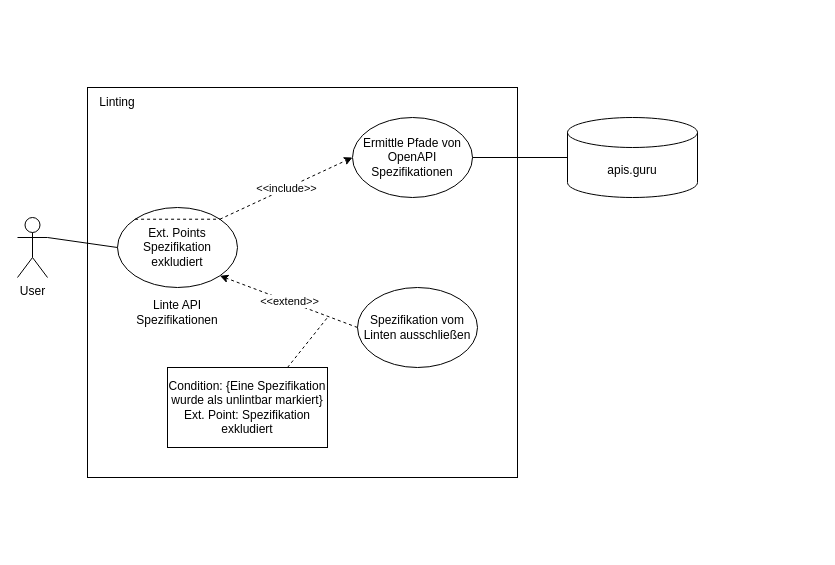
Before: requirements/usecase/linting.drawio in paulbrenker/thesis, a draw.io diagram. Source tidied: cells renumbered, new cells numbered last; positions are measured from the earlier drawing's top-left corner, leaving out a move shared by most shapes. Both pictures are drawn from the tidied source at 100%, with x=0, y=0 at pixel (17, 87).
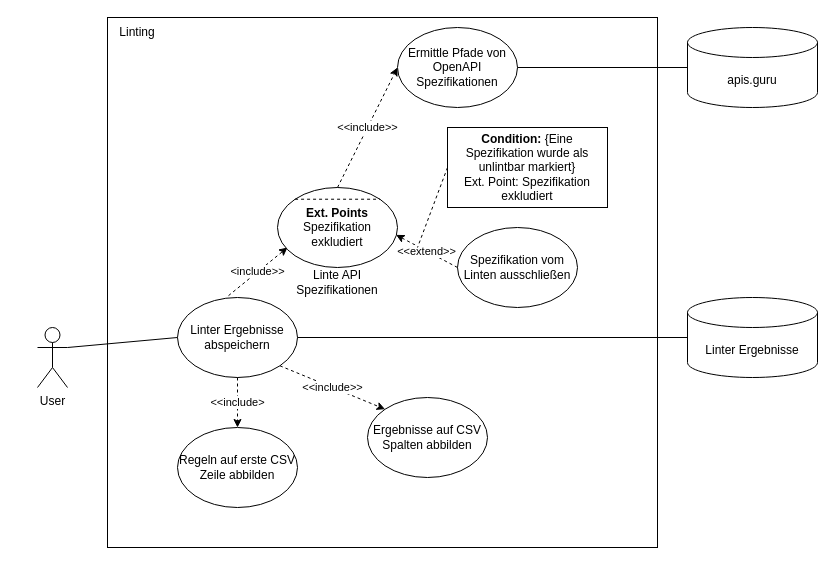
The same page after the edit.

Commit message (it also covers changes not shown here):
refactor usecase diagrams after feedback

Change to the diagram source:
```diff
@@
-    <mxCell id="2" style="rounded=0;whiteSpace=wrap;html=1;" parent="1" vertex="1">
-      <mxGeometry x="70" width="430" height="390" as="geometry" />
-    </mxCell>
+    <mxCell id="17" style="rounded=0;whiteSpace=wrap;html=1;" parent="1" vertex="1">
+      <mxGeometry x="90" y="-70" width="550" height="530" as="geometry" />
+    </mxCell>
     <mxCell id="3" value="User" style="shape=umlActor;verticalLabelPosition=bottom;verticalAlign=top;html=1;outlineConnect=0;" parent="1" vertex="1">
-      <mxGeometry y="130" width="30" height="60" as="geometry" />
+      <mxGeometry x="20" y="240" width="30" height="60" as="geometry" />
     </mxCell>
-    <mxCell id="4" value="Ext. Points&lt;br&gt;Spezifikation exkludiert" style="ellipse;whiteSpace=wrap;html=1;" parent="1" vertex="1">
-      <mxGeometry x="100" y="120" width="120" height="80" as="geometry" />
+    <mxCell id="4" value="Linter Ergebnisse abspeichern" style="ellipse;whiteSpace=wrap;html=1;" parent="1" vertex="1">
+      <mxGeometry x="160" y="210" width="120" height="80" as="geometry" />
     </mxCell>
-    <mxCell id="5" value="Ermittle Pfade von OpenAPI Spezifikationen" style="ellipse;whiteSpace=wrap;html=1;" parent="1" vertex="1">
-      <mxGeometry x="335" y="30" width="120" height="80" as="geometry" />
-    </mxCell>
-    <mxCell id="6" value="Spezifikation vom Linten ausschließen" style="ellipse;whiteSpace=wrap;html=1;" parent="1" vertex="1">
-      <mxGeometry x="340" y="200" width="120" height="80" as="geometry" />
+    <mxCell id="6" value="Ergebnisse auf CSV Spalten abbilden" style="ellipse;whiteSpace=wrap;html=1;" parent="1" vertex="1">
+      <mxGeometry x="350" y="310" width="120" height="80" as="geometry" />
     </mxCell>
-    <mxCell id="7" value="apis.guru" style="shape=cylinder3;whiteSpace=wrap;html=1;boundedLbl=1;backgroundOutline=1;size=15;" parent="1" vertex="1">
-      <mxGeometry x="550" y="30" width="130" height="80" as="geometry" />
+    <mxCell id="7" value="Regeln auf erste CSV Zeile abbilden" style="ellipse;whiteSpace=wrap;html=1;" parent="1" vertex="1">
+      <mxGeometry x="160" y="340" width="120" height="80" as="geometry" />
     </mxCell>
-    <mxCell id="8" style="endArrow=none;dashed=1;html=1;exitX=0;exitY=0;exitDx=0;exitDy=0;entryX=1;entryY=0;entryDx=0;entryDy=0;" parent="1" edge="1" source="4" target="4">
-      <mxGeometry relative="1" as="geometry" />
+    <mxCell id="8" value="&amp;lt;include&amp;gt;&amp;gt;" style="endArrow=classic;html=1;exitX=0.425;exitY=-0.023;exitDx=0;exitDy=0;dashed=1;exitPerimeter=0;" parent="1" edge="1" source="4">
+      <mxGeometry relative="1" as="geometry">
+        <mxPoint x="270" y="160" as="targetPoint" />
+      </mxGeometry>
     </mxCell>
-    <mxCell id="9" value="Linte API Spezifikationen" style="text;html=1;strokeColor=none;fillColor=none;align=center;verticalAlign=middle;whiteSpace=wrap;rounded=0;" parent="1" vertex="1">
-      <mxGeometry x="110" y="210" width="100" height="30" as="geometry" />
+    <mxCell id="9" value="&amp;lt;&amp;lt;include&amp;gt;" style="endArrow=classic;html=1;entryX=0.5;entryY=0;entryDx=0;entryDy=0;exitX=0.5;exitY=1;exitDx=0;exitDy=0;dashed=1;" parent="1" edge="1" source="4" target="7">
+      <mxGeometry relative="1" as="geometry" />
     </mxCell>
-    <mxCell id="10" value="Condition: {Eine Spezifikation wurde als unlintbar markiert}&lt;br&gt;Ext. Point: Spezifikation exkludiert" style="rounded=0;whiteSpace=wrap;html=1;" parent="1" vertex="1">
-      <mxGeometry x="150" y="280" width="160" height="80" as="geometry" />
+    <mxCell id="10" value="&amp;lt;&amp;lt;include&amp;gt;&amp;gt;" style="endArrow=classic;html=1;entryX=0;entryY=0;entryDx=0;entryDy=0;exitX=1;exitY=1;exitDx=0;exitDy=0;dashed=1;" parent="1" edge="1" source="4" target="6">
+      <mxGeometry relative="1" as="geometry" />
     </mxCell>
-    <mxCell id="11" value="&amp;lt;&amp;lt;extend&amp;gt;&amp;gt;" style="endArrow=classic;html=1;exitX=0;exitY=0.5;exitDx=0;exitDy=0;entryX=1;entryY=1;entryDx=0;entryDy=0;dashed=1;" parent="1" edge="1" source="6" target="4">
-      <mxGeometry relative="1" as="geometry" />
+    <mxCell id="11" value="Linter Ergebnisse" style="shape=cylinder3;whiteSpace=wrap;html=1;boundedLbl=1;backgroundOutline=1;size=15;" parent="1" vertex="1">
+      <mxGeometry x="670" y="210" width="130" height="80" as="geometry" />
     </mxCell>
-    <mxCell id="12" value="&amp;lt;&amp;lt;include&amp;gt;&amp;gt;" style="endArrow=classic;html=1;entryX=0;entryY=0.5;entryDx=0;entryDy=0;exitX=1;exitY=0;exitDx=0;exitDy=0;dashed=1;" parent="1" edge="1" source="4" target="5">
+    <mxCell id="12" style="endArrow=none;html=1;entryX=0;entryY=0.5;entryDx=0;entryDy=0;entryPerimeter=0;exitX=1;exitY=0.5;exitDx=0;exitDy=0;" parent="1" edge="1" source="4" target="11">
       <mxGeometry relative="1" as="geometry" />
     </mxCell>
-    <mxCell id="13" style="endArrow=none;html=1;entryX=0;entryY=0.5;entryDx=0;entryDy=0;entryPerimeter=0;exitX=1;exitY=0.5;exitDx=0;exitDy=0;" parent="1" edge="1" source="5" target="7">
+    <mxCell id="13" style="endArrow=none;html=1;entryX=1;entryY=0.3333333333333333;entryDx=0;entryDy=0;entryPerimeter=0;exitX=0;exitY=0.5;exitDx=0;exitDy=0;" parent="1" edge="1" source="4" target="3">
       <mxGeometry relative="1" as="geometry" />
     </mxCell>
-    <mxCell id="14" style="endArrow=none;dashed=1;html=1;exitX=0.75;exitY=0;exitDx=0;exitDy=0;" parent="1" edge="1" source="10">
-      <mxGeometry relative="1" as="geometry">
-        <mxPoint x="310" y="230" as="targetPoint" />
-      </mxGeometry>
+    <mxCell id="14" value="Linting" style="text;html=1;strokeColor=none;fillColor=none;align=center;verticalAlign=middle;whiteSpace=wrap;rounded=0;" parent="1" vertex="1">
+      <mxGeometry x="90" y="-70" width="60" height="30" as="geometry" />
     </mxCell>
+    <mxCell id="18" value="&lt;b&gt;Ext. Points&lt;/b&gt;&lt;br&gt;Spezifikation exkludiert" style="ellipse;whiteSpace=wrap;html=1;" parent="1" vertex="1">
+      <mxGeometry x="260" y="100" width="120" height="80" as="geometry" />
+    </mxCell>
-    <mxCell id="15" style="endArrow=none;html=1;exitX=1;exitY=0.3333333333333333;exitDx=0;exitDy=0;exitPerimeter=0;entryX=0;entryY=0.5;entryDx=0;entryDy=0;" parent="1" edge="1" source="3" target="4">
-      <mxGeometry relative="1" as="geometry" />
+    <mxCell id="15" value="Ermittle Pfade von OpenAPI Spezifikationen" style="ellipse;whiteSpace=wrap;html=1;" parent="1" vertex="1">
+      <mxGeometry x="380" y="-60" width="120" height="80" as="geometry" />
     </mxCell>
+    <mxCell id="19" value="Spezifikation vom Linten ausschließen" style="ellipse;whiteSpace=wrap;html=1;" parent="1" vertex="1">
+      <mxGeometry x="440" y="140" width="120" height="80" as="geometry" />
+    </mxCell>
+    <mxCell id="2" value="apis.guru" style="shape=cylinder3;whiteSpace=wrap;html=1;boundedLbl=1;backgroundOutline=1;size=15;" parent="1" vertex="1">
+      <mxGeometry x="670" y="-60" width="130" height="80" as="geometry" />
+    </mxCell>
-    <mxCell id="16" value="Linting" style="text;html=1;strokeColor=none;fillColor=none;align=center;verticalAlign=middle;whiteSpace=wrap;rounded=0;" parent="1" vertex="1">
-      <mxGeometry x="70" width="60" height="30" as="geometry" />
+    <mxCell id="16" style="endArrow=none;dashed=1;html=1;exitX=0;exitY=0;exitDx=0;exitDy=0;entryX=1;entryY=0;entryDx=0;entryDy=0;" parent="1" edge="1" source="18" target="18">
+      <mxGeometry relative="1" as="geometry" />
     </mxCell>
+    <mxCell id="20" value="Linte API Spezifikationen" style="text;html=1;strokeColor=none;fillColor=none;align=center;verticalAlign=middle;whiteSpace=wrap;rounded=0;" parent="1" vertex="1">
+      <mxGeometry x="270" y="180" width="100" height="30" as="geometry" />
+    </mxCell>
+    <mxCell id="21" value="&lt;b&gt;Condition:&lt;/b&gt; {Eine Spezifikation wurde als unlintbar markiert}&lt;br&gt;Ext. Point: Spezifikation exkludiert" style="rounded=0;whiteSpace=wrap;html=1;" parent="1" vertex="1">
+      <mxGeometry x="430" y="40" width="160" height="80" as="geometry" />
+    </mxCell>
+    <mxCell id="22" value="&amp;lt;&amp;lt;extend&amp;gt;&amp;gt;" style="endArrow=classic;html=1;exitX=0;exitY=0.5;exitDx=0;exitDy=0;entryX=0.988;entryY=0.592;entryDx=0;entryDy=0;dashed=1;entryPerimeter=0;" parent="1" edge="1" source="19" target="18">
+      <mxGeometry relative="1" as="geometry" />
+    </mxCell>
+    <mxCell id="23" value="&amp;lt;&amp;lt;include&amp;gt;&amp;gt;" style="endArrow=classic;html=1;entryX=0;entryY=0.5;entryDx=0;entryDy=0;exitX=0.5;exitY=0;exitDx=0;exitDy=0;dashed=1;" parent="1" edge="1" source="18" target="15">
+      <mxGeometry relative="1" as="geometry" />
+    </mxCell>
+    <mxCell id="24" style="endArrow=none;html=1;entryX=0;entryY=0.5;entryDx=0;entryDy=0;entryPerimeter=0;exitX=1;exitY=0.5;exitDx=0;exitDy=0;" parent="1" edge="1" source="15" target="2">
+      <mxGeometry relative="1" as="geometry" />
+    </mxCell>
+    <mxCell id="25" style="endArrow=none;dashed=1;html=1;exitX=0;exitY=0.5;exitDx=0;exitDy=0;" parent="1" edge="1" source="21">
+      <mxGeometry relative="1" as="geometry">
+        <mxPoint x="400" y="160" as="targetPoint" />
+      </mxGeometry>
+    </mxCell>
```
